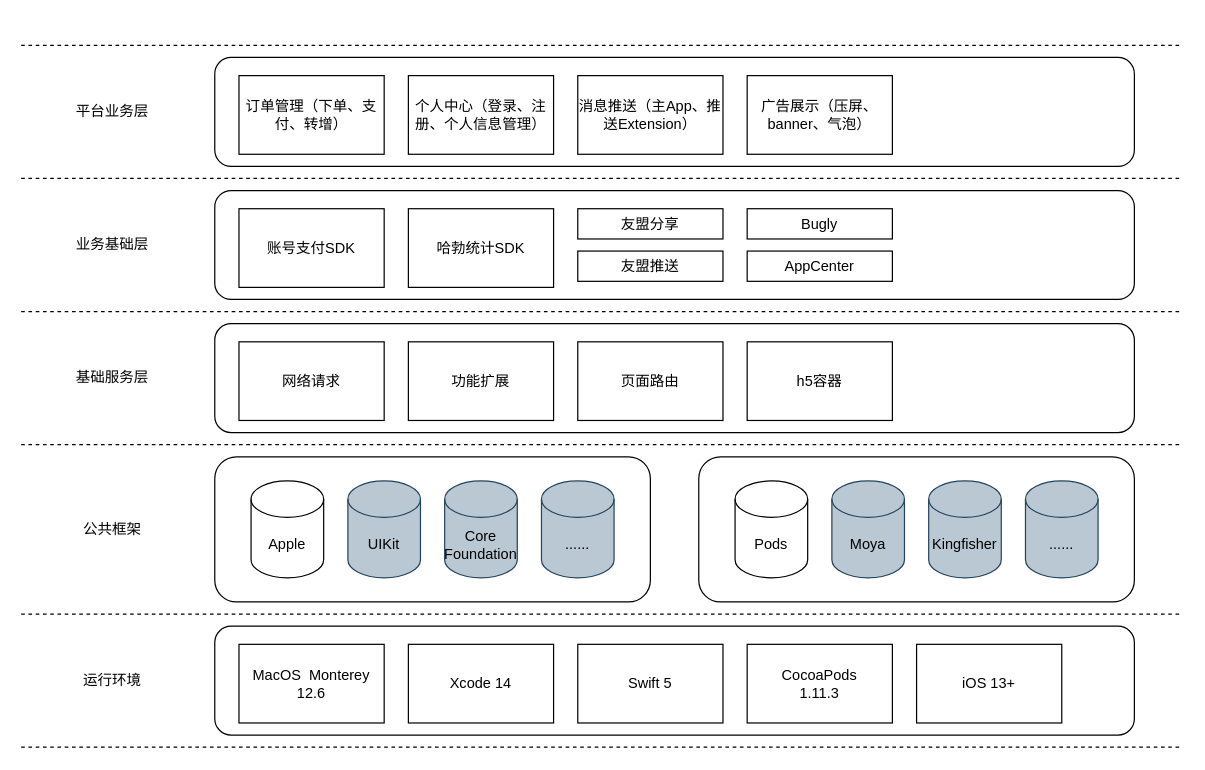
The draw.io diagram 非同数艺架构.drawio in Chouee/pic-bed, before the edit. Source tidied: cells renumbered, new cells numbered last; positions are measured from the earlier drawing's top-left corner, leaving out a move shared by most shapes. Both pictures are drawn from the tidied source at 121%, with x=0, y=0 at pixel (21, 45).
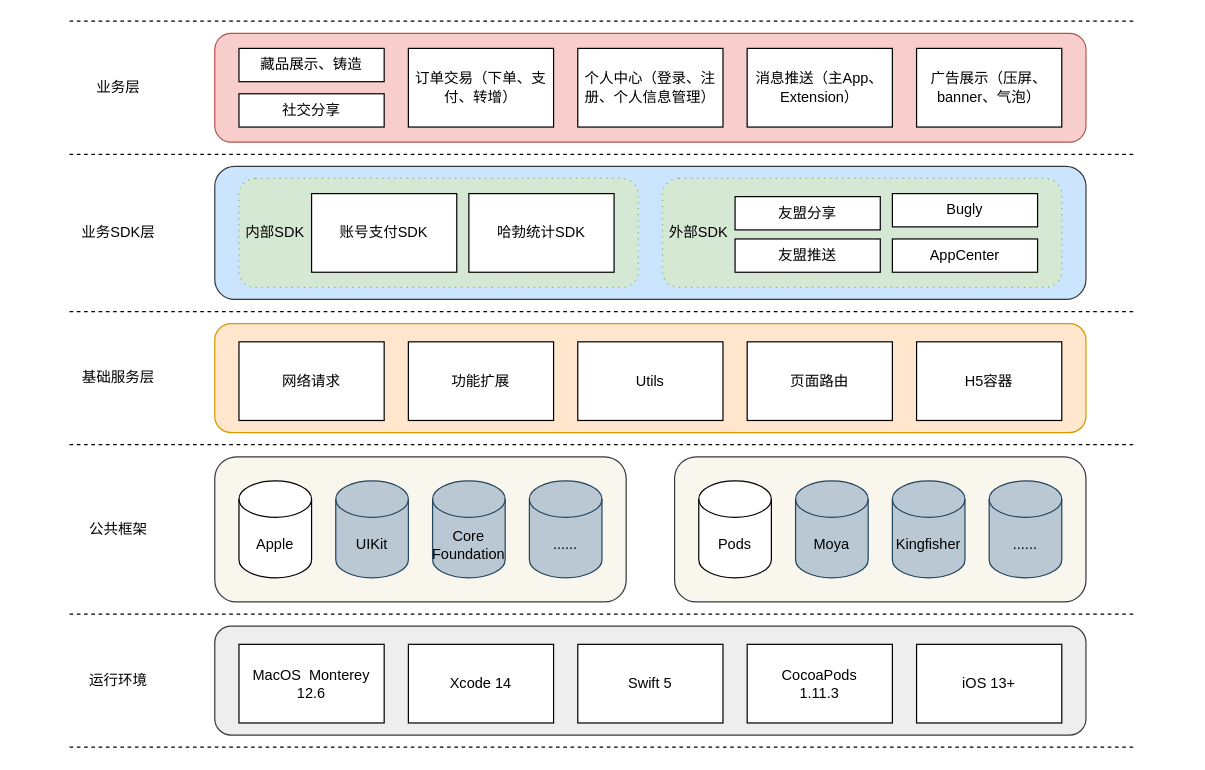
The same page after the edit.

Commit message (it also covers changes not shown here):
Update 非同数艺架构.drawio

Diff of the diagram source:
```diff
@@
+    <mxCell id="32" style="rounded=1;whiteSpace=wrap;html=1;fillColor=#cce5ff;strokeColor=#36393d;" parent="1" vertex="1">
+      <mxGeometry x="160" y="100" width="720" height="110" as="geometry" />
+    </mxCell>
+    <mxCell id="46" style="rounded=1;whiteSpace=wrap;html=1;fillColor=#d5e8d4;strokeColor=#82b366;dashed=1;dashPattern=1 4;" parent="1" vertex="1">
+      <mxGeometry x="530" y="110" width="330" height="90" as="geometry" />
+    </mxCell>
-    <mxCell id="2" style="rounded=1;whiteSpace=wrap;html=1;" parent="1" vertex="1">
-      <mxGeometry x="160" y="340" width="360" height="120" as="geometry" />
+    <mxCell id="2" style="rounded=1;whiteSpace=wrap;html=1;fillColor=#f9f7ed;strokeColor=#36393d;" parent="1" vertex="1">
+      <mxGeometry x="160" y="340" width="340" height="120" as="geometry" />
     </mxCell>
     <mxCell id="3" value="Apple" style="shape=cylinder3;whiteSpace=wrap;html=1;boundedLbl=1;backgroundOutline=1;size=15;" parent="1" vertex="1">
-      <mxGeometry x="190" y="360" width="60" height="80" as="geometry" />
+      <mxGeometry x="180" y="360" width="60" height="80" as="geometry" />
     </mxCell>
     <mxCell id="4" value="UIKit" style="shape=cylinder3;whiteSpace=wrap;html=1;boundedLbl=1;backgroundOutline=1;size=15;fillColor=#bac8d3;strokeColor=#23445d;" parent="1" vertex="1">
-      <mxGeometry x="270" y="360" width="60" height="80" as="geometry" />
+      <mxGeometry x="260" y="360" width="60" height="80" as="geometry" />
     </mxCell>
     <mxCell id="5" value="Core&lt;br&gt;Foundation" style="shape=cylinder3;whiteSpace=wrap;html=1;boundedLbl=1;backgroundOutline=1;size=15;fillColor=#bac8d3;strokeColor=#23445d;" parent="1" vertex="1">
-      <mxGeometry x="350" y="360" width="60" height="80" as="geometry" />
+      <mxGeometry x="340" y="360" width="60" height="80" as="geometry" />
     </mxCell>
     <mxCell id="6" value="......" style="shape=cylinder3;whiteSpace=wrap;html=1;boundedLbl=1;backgroundOutline=1;size=15;fillColor=#bac8d3;strokeColor=#23445d;" parent="1" vertex="1">
-      <mxGeometry x="430" y="360" width="60" height="80" as="geometry" />
+      <mxGeometry x="420" y="360" width="60" height="80" as="geometry" />
     </mxCell>
-    <mxCell id="7" style="rounded=1;whiteSpace=wrap;html=1;" parent="1" vertex="1">
-      <mxGeometry x="560" y="340" width="360" height="120" as="geometry" />
+    <mxCell id="7" style="rounded=1;whiteSpace=wrap;html=1;fillColor=#f9f7ed;strokeColor=#36393d;" parent="1" vertex="1">
+      <mxGeometry x="540" y="340" width="340" height="120" as="geometry" />
     </mxCell>
     <mxCell id="8" value="Pods" style="shape=cylinder3;whiteSpace=wrap;html=1;boundedLbl=1;backgroundOutline=1;size=15;" parent="1" vertex="1">
-      <mxGeometry x="590" y="360" width="60" height="80" as="geometry" />
+      <mxGeometry x="560" y="360" width="60" height="80" as="geometry" />
     </mxCell>
     <mxCell id="9" value="Moya" style="shape=cylinder3;whiteSpace=wrap;html=1;boundedLbl=1;backgroundOutline=1;size=15;fillColor=#bac8d3;strokeColor=#23445d;" parent="1" vertex="1">
-      <mxGeometry x="670" y="360" width="60" height="80" as="geometry" />
+      <mxGeometry x="640" y="360" width="60" height="80" as="geometry" />
     </mxCell>
     <mxCell id="10" value="Kingfisher" style="shape=cylinder3;whiteSpace=wrap;html=1;boundedLbl=1;backgroundOutline=1;size=15;fillColor=#bac8d3;strokeColor=#23445d;" parent="1" vertex="1">
-      <mxGeometry x="750" y="360" width="60" height="80" as="geometry" />
+      <mxGeometry x="720" y="360" width="60" height="80" as="geometry" />
     </mxCell>
     <mxCell id="11" value="......" style="shape=cylinder3;whiteSpace=wrap;html=1;boundedLbl=1;backgroundOutline=1;size=15;fillColor=#bac8d3;strokeColor=#23445d;" parent="1" vertex="1">
-      <mxGeometry x="830" y="360" width="60" height="80" as="geometry" />
+      <mxGeometry x="800" y="360" width="60" height="80" as="geometry" />
     </mxCell>
     <mxCell id="12" value="公共框架" style="text;html=1;align=center;verticalAlign=middle;strokeColor=none;fillColor=none;" parent="1" vertex="1">
-      <mxGeometry x="40" y="385" width="70" height="30" as="geometry" />
+      <mxGeometry x="45" y="385" width="70" height="30" as="geometry" />
     </mxCell>
     <mxCell id="13" style="endArrow=none;dashed=1;html=1;rounded=0;" parent="1" edge="1">
       <mxGeometry relative="1" as="geometry">
-        <mxPoint y="470" as="sourcePoint" />
-        <mxPoint x="960" y="470" as="targetPoint" />
+        <mxPoint x="40" y="470" as="sourcePoint" />
+        <mxPoint x="920" y="470" as="targetPoint" />
       </mxGeometry>
     </mxCell>
     <mxCell id="14" value="运行环境" style="text;html=1;align=center;verticalAlign=middle;strokeColor=none;fillColor=none;" parent="1" vertex="1">
-      <mxGeometry x="40" y="510" width="70" height="30" as="geometry" />
+      <mxGeometry x="45" y="510" width="70" height="30" as="geometry" />
     </mxCell>
-    <mxCell id="15" style="rounded=1;whiteSpace=wrap;html=1;" parent="1" vertex="1">
-      <mxGeometry x="160" y="480" width="760" height="90" as="geometry" />
+    <mxCell id="15" style="rounded=1;whiteSpace=wrap;html=1;fillColor=#eeeeee;strokeColor=#36393d;" parent="1" vertex="1">
+      <mxGeometry x="160" y="480" width="720" height="90" as="geometry" />
     </mxCell>
@@
     <mxCell id="21" style="endArrow=none;dashed=1;html=1;rounded=0;" parent="1" edge="1">
       <mxGeometry relative="1" as="geometry">
-        <mxPoint y="580" as="sourcePoint" />
-        <mxPoint x="960" y="580" as="targetPoint" />
+        <mxPoint x="40" y="580" as="sourcePoint" />
+        <mxPoint x="920" y="580" as="targetPoint" />
       </mxGeometry>
     </mxCell>
     <mxCell id="22" style="endArrow=none;dashed=1;html=1;rounded=0;" parent="1" edge="1">
       <mxGeometry relative="1" as="geometry">
-        <mxPoint y="220" as="sourcePoint" />
-        <mxPoint x="960" y="220" as="targetPoint" />
+        <mxPoint x="40" y="330" as="sourcePoint" />
+        <mxPoint x="920" y="330" as="targetPoint" />
       </mxGeometry>
     </mxCell>
     <mxCell id="23" value="基础服务层" style="text;html=1;align=center;verticalAlign=middle;strokeColor=none;fillColor=none;" parent="1" vertex="1">
-      <mxGeometry x="35" y="260" width="80" height="30" as="geometry" />
+      <mxGeometry x="40" y="260" width="80" height="30" as="geometry" />
     </mxCell>
-    <mxCell id="24" style="rounded=1;whiteSpace=wrap;html=1;" parent="1" vertex="1">
-      <mxGeometry x="160" y="230" width="760" height="90" as="geometry" />
+    <mxCell id="24" style="rounded=1;whiteSpace=wrap;html=1;fillColor=#ffe6cc;strokeColor=#d79b00;" parent="1" vertex="1">
+      <mxGeometry x="160" y="230" width="720" height="90" as="geometry" />
     </mxCell>
@@
     <mxCell id="27" value="页面路由" style="rounded=0;whiteSpace=wrap;html=1;" parent="1" vertex="1">
-      <mxGeometry x="460" y="245" width="120" height="65" as="geometry" />
+      <mxGeometry x="600" y="245" width="120" height="65" as="geometry" />
     </mxCell>
-    <mxCell id="28" value="h5容器" style="rounded=0;whiteSpace=wrap;html=1;" parent="1" vertex="1">
-      <mxGeometry x="600" y="245" width="120" height="65" as="geometry" />
+    <mxCell id="28" value="H5容器" style="rounded=0;whiteSpace=wrap;html=1;" parent="1" vertex="1">
+      <mxGeometry x="740" y="245" width="120" height="65" as="geometry" />
     </mxCell>
     <mxCell id="29" style="endArrow=none;dashed=1;html=1;rounded=0;" parent="1" edge="1">
       <mxGeometry relative="1" as="geometry">
-        <mxPoint y="330" as="sourcePoint" />
-        <mxPoint x="960" y="330" as="targetPoint" />
+        <mxPoint x="40" y="220" as="sourcePoint" />
+        <mxPoint x="920" y="220" as="targetPoint" />
       </mxGeometry>
     </mxCell>
     <mxCell id="30" style="endArrow=none;dashed=1;html=1;rounded=0;" parent="1" edge="1">
       <mxGeometry relative="1" as="geometry">
-        <mxPoint y="110" as="sourcePoint" />
-        <mxPoint x="960" y="110" as="targetPoint" />
+        <mxPoint x="40" y="90" as="sourcePoint" />
+        <mxPoint x="920" y="90" as="targetPoint" />
       </mxGeometry>
     </mxCell>
-    <mxCell id="31" value="业务基础层" style="text;html=1;align=center;verticalAlign=middle;strokeColor=none;fillColor=none;" parent="1" vertex="1">
-      <mxGeometry x="35" y="150" width="80" height="30" as="geometry" />
+    <mxCell id="31" value="业务SDK层" style="text;html=1;align=center;verticalAlign=middle;strokeColor=none;fillColor=none;" parent="1" vertex="1">
+      <mxGeometry x="40" y="140" width="80" height="30" as="geometry" />
     </mxCell>
-    <mxCell id="32" style="rounded=1;whiteSpace=wrap;html=1;" parent="1" vertex="1">
-      <mxGeometry x="160" y="120" width="760" height="90" as="geometry" />
-    </mxCell>
-    <mxCell id="33" value="账号支付SDK" style="rounded=0;whiteSpace=wrap;html=1;" parent="1" vertex="1">
-      <mxGeometry x="180" y="135" width="120" height="65" as="geometry" />
-    </mxCell>
-    <mxCell id="34" value="哈勃统计SDK" style="rounded=0;whiteSpace=wrap;html=1;" parent="1" vertex="1">
-      <mxGeometry x="320" y="135" width="120" height="65" as="geometry" />
-    </mxCell>
     <mxCell id="35" value="友盟分享" style="rounded=0;whiteSpace=wrap;html=1;" parent="1" vertex="1">
-      <mxGeometry x="460" y="135" width="120" height="25" as="geometry" />
+      <mxGeometry x="590" y="125" width="120" height="27.5" as="geometry" />
     </mxCell>
     <mxCell id="36" value="友盟推送" style="rounded=0;whiteSpace=wrap;html=1;" parent="1" vertex="1">
-      <mxGeometry x="460" y="170" width="120" height="25" as="geometry" />
+      <mxGeometry x="590" y="160" width="120" height="27.5" as="geometry" />
     </mxCell>
     <mxCell id="37" value="Bugly" style="rounded=0;whiteSpace=wrap;html=1;" parent="1" vertex="1">
-      <mxGeometry x="600" y="135" width="120" height="25" as="geometry" />
+      <mxGeometry x="720" y="122.5" width="120" height="27.5" as="geometry" />
     </mxCell>
     <mxCell id="38" value="AppCenter" style="rounded=0;whiteSpace=wrap;html=1;" parent="1" vertex="1">
-      <mxGeometry x="600" y="170" width="120" height="25" as="geometry" />
+      <mxGeometry x="720" y="160" width="120" height="27.5" as="geometry" />
     </mxCell>
     <mxCell id="39" style="endArrow=none;dashed=1;html=1;rounded=0;" parent="1" edge="1">
       <mxGeometry relative="1" as="geometry">
-        <mxPoint as="sourcePoint" />
-        <mxPoint x="960" as="targetPoint" />
+        <mxPoint x="40" y="-20" as="sourcePoint" />
+        <mxPoint x="920" y="-20" as="targetPoint" />
       </mxGeometry>
     </mxCell>
-    <mxCell id="40" value="平台业务层" style="text;html=1;align=center;verticalAlign=middle;strokeColor=none;fillColor=none;" parent="1" vertex="1">
-      <mxGeometry x="35" y="40" width="80" height="30" as="geometry" />
+    <mxCell id="40" value="业务层" style="text;html=1;align=center;verticalAlign=middle;strokeColor=none;fillColor=none;" parent="1" vertex="1">
+      <mxGeometry x="50" y="20" width="60" height="30" as="geometry" />
     </mxCell>
-    <mxCell id="41" style="rounded=1;whiteSpace=wrap;html=1;" parent="1" vertex="1">
-      <mxGeometry x="160" y="10" width="760" height="90" as="geometry" />
+    <mxCell id="41" style="rounded=1;whiteSpace=wrap;html=1;fillColor=#f8cecc;strokeColor=#b85450;" parent="1" vertex="1">
+      <mxGeometry x="160" y="-10" width="720" height="90" as="geometry" />
     </mxCell>
-    <mxCell id="42" value="订单管理（下单、支付、转增）" style="rounded=0;whiteSpace=wrap;html=1;" parent="1" vertex="1">
-      <mxGeometry x="180" y="25" width="120" height="65" as="geometry" />
+    <mxCell id="42" value="订单交易（下单、支付、转增）" style="rounded=0;whiteSpace=wrap;html=1;" parent="1" vertex="1">
+      <mxGeometry x="320" y="2.5" width="120" height="65" as="geometry" />
     </mxCell>
     <mxCell id="43" value="个人中心（登录、注册、个人信息管理）" style="rounded=0;whiteSpace=wrap;html=1;" parent="1" vertex="1">
-      <mxGeometry x="320" y="25" width="120" height="65" as="geometry" />
+      <mxGeometry x="460" y="2.5" width="120" height="65" as="geometry" />
     </mxCell>
-    <mxCell id="44" value="消息推送（主App、推送Extension）" style="rounded=0;whiteSpace=wrap;html=1;" parent="1" vertex="1">
-      <mxGeometry x="460" y="25" width="120" height="65" as="geometry" />
+    <mxCell id="44" value="消息推送（主App、Extension）" style="rounded=0;whiteSpace=wrap;html=1;" parent="1" vertex="1">
+      <mxGeometry x="600" y="2.5" width="120" height="65" as="geometry" />
     </mxCell>
     <mxCell id="45" value="广告展示（压屏、banner、气泡）" style="rounded=0;whiteSpace=wrap;html=1;" parent="1" vertex="1">
-      <mxGeometry x="600" y="25" width="120" height="65" as="geometry" />
+      <mxGeometry x="740" y="2.5" width="120" height="65" as="geometry" />
     </mxCell>
+    <mxCell id="47" value="藏品展示、铸造" style="rounded=0;whiteSpace=wrap;html=1;" parent="1" vertex="1">
+      <mxGeometry x="180" y="2.5" width="120" height="27.5" as="geometry" />
+    </mxCell>
+    <mxCell id="48" value="社交分享" style="rounded=0;whiteSpace=wrap;html=1;" parent="1" vertex="1">
+      <mxGeometry x="180" y="40" width="120" height="27.5" as="geometry" />
+    </mxCell>
+    <mxCell id="49" value="Utils" style="rounded=0;whiteSpace=wrap;html=1;" parent="1" vertex="1">
+      <mxGeometry x="460" y="245" width="120" height="65" as="geometry" />
+    </mxCell>
+    <mxCell id="50" style="rounded=1;whiteSpace=wrap;html=1;fillColor=#d5e8d4;strokeColor=#82b366;dashed=1;dashPattern=1 4;" parent="1" vertex="1">
+      <mxGeometry x="180" y="110" width="330" height="90" as="geometry" />
+    </mxCell>
+    <mxCell id="33" value="账号支付SDK" style="rounded=0;whiteSpace=wrap;html=1;" parent="1" vertex="1">
+      <mxGeometry x="240" y="122.5" width="120" height="65" as="geometry" />
+    </mxCell>
+    <mxCell id="34" value="哈勃统计SDK" style="rounded=0;whiteSpace=wrap;html=1;" parent="1" vertex="1">
+      <mxGeometry x="370" y="122.5" width="120" height="65" as="geometry" />
+    </mxCell>
+    <mxCell id="51" value="内部SDK" style="text;html=1;strokeColor=none;fillColor=none;align=center;verticalAlign=middle;whiteSpace=wrap;rounded=0;dashed=1;dashPattern=1 4;" parent="1" vertex="1">
+      <mxGeometry x="180" y="140" width="60" height="30" as="geometry" />
+    </mxCell>
+    <mxCell id="52" value="外部SDK" style="text;html=1;strokeColor=none;fillColor=none;align=center;verticalAlign=middle;whiteSpace=wrap;rounded=0;dashed=1;dashPattern=1 4;" parent="1" vertex="1">
+      <mxGeometry x="530" y="140" width="60" height="30" as="geometry" />
+    </mxCell>
```
